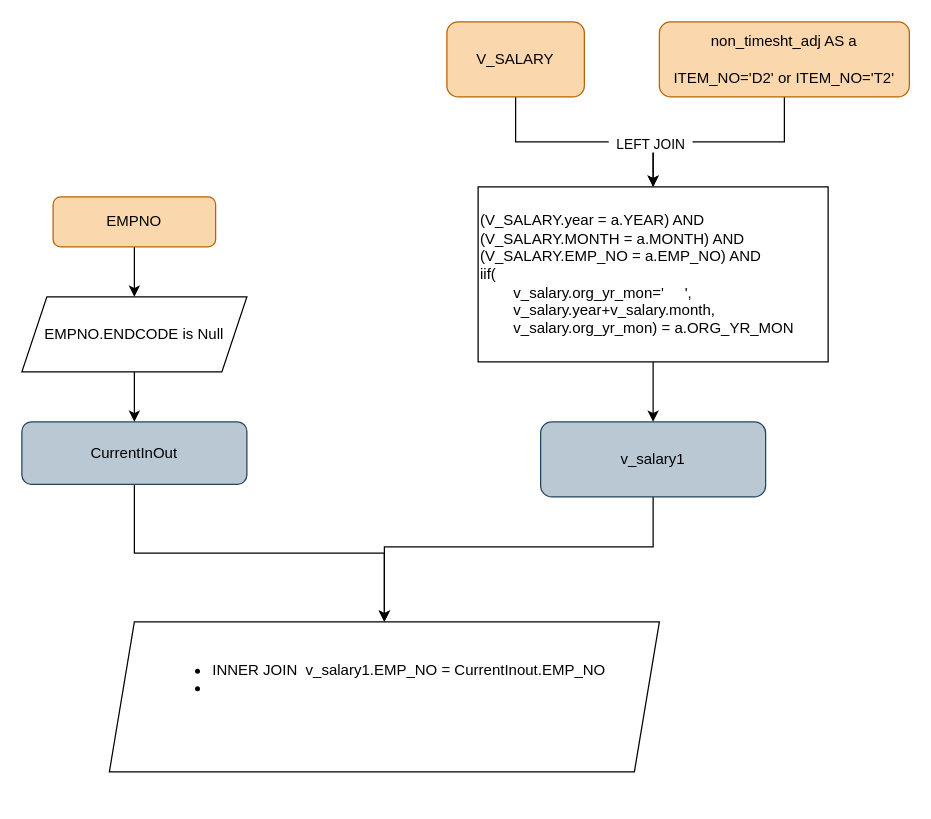
Above: 勞保級距調整.drawio in charlenelin0/Flow-Chart (draw.io), before the change. Source tidied: cells renumbered, new cells numbered last; positions are measured from the earlier drawing's top-left corner, leaving out a move shared by most shapes. Both pictures are drawn from the tidied source at 125%, with x=0, y=0 at pixel (21, 21).
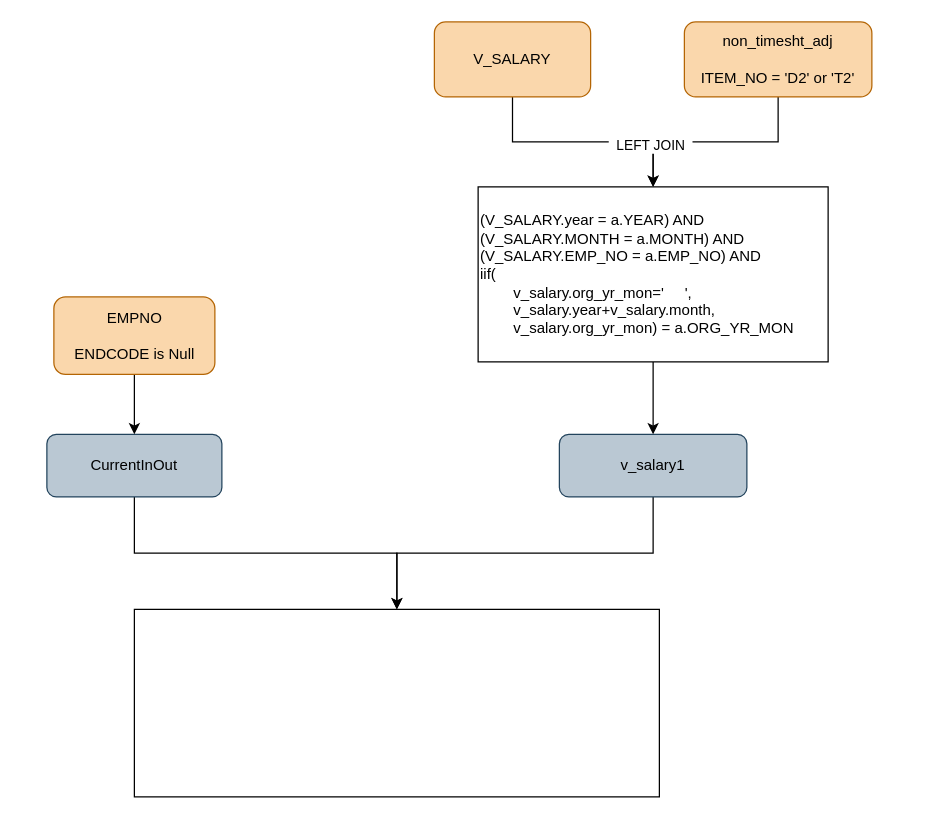
After the change.

Commit message:
Update 勞保級距調整.drawio

What changed in the source:
```diff
@@
 <mxGraphModel>
   <root>
     <mxCell id="0" />
     <mxCell id="1" parent="0" />
-    <mxCell id="2" style="edgeStyle=orthogonalEdgeStyle;rounded=0;jettySize=auto;html=1;exitX=0.5;exitY=1;exitDx=0;exitDy=0;entryX=0.5;entryY=0;entryDx=0;entryDy=0;" parent="1" edge="1" source="3" target="8">
-      <mxGeometry relative="1" as="geometry" />
-    </mxCell>
+    <mxCell id="18" style="edgeStyle=orthogonalEdgeStyle;rounded=0;jettySize=auto;html=1;" parent="1" edge="1" source="3" target="21">
+      <mxGeometry relative="1" as="geometry" />
+    </mxCell>
     <mxCell id="3" value="CurrentInOut" style="rounded=1;whiteSpace=wrap;html=1;fillColor=#bac8d3;strokeColor=#23445d;" parent="1" vertex="1">
-      <mxGeometry y="320" width="180" height="50" as="geometry" />
+      <mxGeometry x="20" y="330" width="140" height="50" as="geometry" />
     </mxCell>
-    <mxCell id="4" style="edgeStyle=orthogonalEdgeStyle;rounded=0;jettySize=auto;html=1;" parent="1" edge="1" source="5" target="3">
-      <mxGeometry relative="1" as="geometry" />
-    </mxCell>
-    <mxCell id="5" value="EMPNO.ENDCODE is Null" style="shape=parallelogram;perimeter=parallelogramPerimeter;whiteSpace=wrap;html=1;fixedSize=1;" parent="1" vertex="1">
-      <mxGeometry y="220" width="180" height="60" as="geometry" />
-    </mxCell>
-    <mxCell id="6" style="edgeStyle=orthogonalEdgeStyle;rounded=0;jettySize=auto;html=1;" parent="1" edge="1" source="7" target="8">
-      <mxGeometry relative="1" as="geometry">
-        <Array as="points">
-          <mxPoint x="505" y="420" />
-          <mxPoint x="290" y="420" />
-        </Array>
-      </mxGeometry>
-    </mxCell>
+    <mxCell id="19" style="edgeStyle=orthogonalEdgeStyle;rounded=0;jettySize=auto;html=1;" parent="1" edge="1" source="7" target="21">
+      <mxGeometry relative="1" as="geometry" />
+    </mxCell>
     <mxCell id="7" value="v_salary1" style="rounded=1;whiteSpace=wrap;html=1;fillColor=#bac8d3;strokeColor=#23445d;" parent="1" vertex="1">
-      <mxGeometry x="415" y="320" width="180" height="60" as="geometry" />
+      <mxGeometry x="430" y="330" width="150" height="50" as="geometry" />
     </mxCell>
-    <mxCell id="8" value="&lt;div style=&quot;text-align: left;&quot;&gt;&lt;ul&gt;&lt;li&gt;INNER JOIN&amp;nbsp; v_salary1.EMP_NO = CurrentInout.EMP_NO&lt;/li&gt;&lt;li&gt;&lt;br&gt;&lt;/li&gt;&lt;/ul&gt;&lt;div style=&quot;text-align: left;&quot;&gt;&lt;span style=&quot;background-color: initial; text-align: center;&quot;&gt;&lt;br&gt;&lt;br&gt;&lt;/span&gt;&lt;/div&gt;&lt;/div&gt;" style="shape=parallelogram;perimeter=parallelogramPerimeter;whiteSpace=wrap;html=1;fixedSize=1;" parent="1" vertex="1">
-      <mxGeometry x="70" y="480" width="440" height="120" as="geometry" />
-    </mxCell>
     <mxCell id="9" style="edgeStyle=orthogonalEdgeStyle;rounded=0;jettySize=auto;html=1;" parent="1" edge="1" source="10" target="17">
       <mxGeometry relative="1" as="geometry" />
     </mxCell>
     <mxCell id="10" value="V_SALARY" style="rounded=1;whiteSpace=wrap;html=1;fillColor=#fad7ac;strokeColor=#b46504;" parent="1" vertex="1">
-      <mxGeometry x="340" width="110" height="60" as="geometry" />
+      <mxGeometry x="330" width="125" height="60" as="geometry" />
     </mxCell>
     <mxCell id="11" style="edgeStyle=orthogonalEdgeStyle;rounded=0;jettySize=auto;html=1;" parent="1" edge="1" source="13" target="17">
       <mxGeometry relative="1" as="geometry" />
     </mxCell>
     <mxCell id="12" value="&amp;nbsp; LEFT JOIN&amp;nbsp;&amp;nbsp;" style="edgeLabel;html=1;align=center;verticalAlign=middle;" parent="11" vertex="1">
       <mxGeometry x="0.6" y="-3" relative="1" as="geometry" />
     </mxCell>
-    <mxCell id="13" value="non_timesht_adj AS a&lt;div&gt;&lt;br&gt;ITEM_NO='D2' or ITEM_NO='T2'&lt;/div&gt;" style="rounded=1;whiteSpace=wrap;html=1;fillColor=#fad7ac;strokeColor=#b46504;" parent="1" vertex="1">
-      <mxGeometry x="510" width="200" height="60" as="geometry" />
+    <mxCell id="13" value="non_timesht_adj&lt;div&gt;&lt;br&gt;ITEM_NO = 'D2' or 'T2'&lt;/div&gt;" style="rounded=1;whiteSpace=wrap;html=1;fillColor=#fad7ac;strokeColor=#b46504;" parent="1" vertex="1">
+      <mxGeometry x="530" width="150" height="60" as="geometry" />
     </mxCell>
-    <mxCell id="14" style="edgeStyle=orthogonalEdgeStyle;rounded=0;jettySize=auto;html=1;" parent="1" edge="1" source="15" target="5">
-      <mxGeometry relative="1" as="geometry" />
-    </mxCell>
+    <mxCell id="20" style="edgeStyle=orthogonalEdgeStyle;rounded=0;jettySize=auto;html=1;" parent="1" edge="1" source="15" target="3">
+      <mxGeometry relative="1" as="geometry" />
+    </mxCell>
-    <mxCell id="15" value="EMPNO" style="rounded=1;whiteSpace=wrap;html=1;fillColor=#fad7ac;strokeColor=#b46504;" parent="1" vertex="1">
-      <mxGeometry x="25" y="140" width="130" height="40" as="geometry" />
+    <mxCell id="15" value="EMPNO&lt;br&gt;&lt;br&gt;ENDCODE is Null" style="rounded=1;whiteSpace=wrap;html=1;fillColor=#fad7ac;strokeColor=#b46504;" parent="1" vertex="1">
+      <mxGeometry x="25.6" y="220" width="128.8" height="62" as="geometry" />
     </mxCell>
     <mxCell id="16" style="edgeStyle=orthogonalEdgeStyle;rounded=0;jettySize=auto;html=1;" parent="1" edge="1" source="17" target="7">
       <mxGeometry relative="1" as="geometry" />
     </mxCell>
     <mxCell id="17" value="&lt;div&gt;(V_SALARY.year = a.YEAR) AND&amp;nbsp;&lt;br&gt;&lt;/div&gt;&lt;div&gt;(V_SALARY.MONTH = a.MONTH) AND&amp;nbsp;&lt;/div&gt;&lt;div&gt;&lt;span style=&quot;background-color: initial;&quot;&gt;(V_SALARY.EMP_NO = a.EMP_NO) AND&lt;/span&gt;&lt;/div&gt;iif(&lt;br&gt;&lt;span style=&quot;white-space: pre;&quot;&gt;&#9;&lt;/span&gt;v_salary.org_yr_mon='&amp;nbsp; &amp;nbsp; &amp;nbsp;',&lt;br&gt;&lt;span style=&quot;white-space: pre;&quot;&gt;&#9;&lt;/span&gt;v_salary.year+v_salary.month, &lt;br&gt;&lt;span style=&quot;white-space: pre;&quot;&gt;&#9;&lt;/span&gt;v_salary.org_yr_mon) = a.ORG_YR_MON&amp;nbsp;" style="text;html=1;align=left;verticalAlign=middle;whiteSpace=wrap;rounded=0;strokeColor=default;perimeterSpacing=0;" parent="1" vertex="1">
       <mxGeometry x="365" y="132" width="280" height="140" as="geometry" />
     </mxCell>
+    <mxCell id="21" style="rounded=0;whiteSpace=wrap;html=1;" parent="1" vertex="1">
+      <mxGeometry x="90" y="470" width="420" height="150" as="geometry" />
+    </mxCell>
   </root>
 </mxGraphModel>
```
